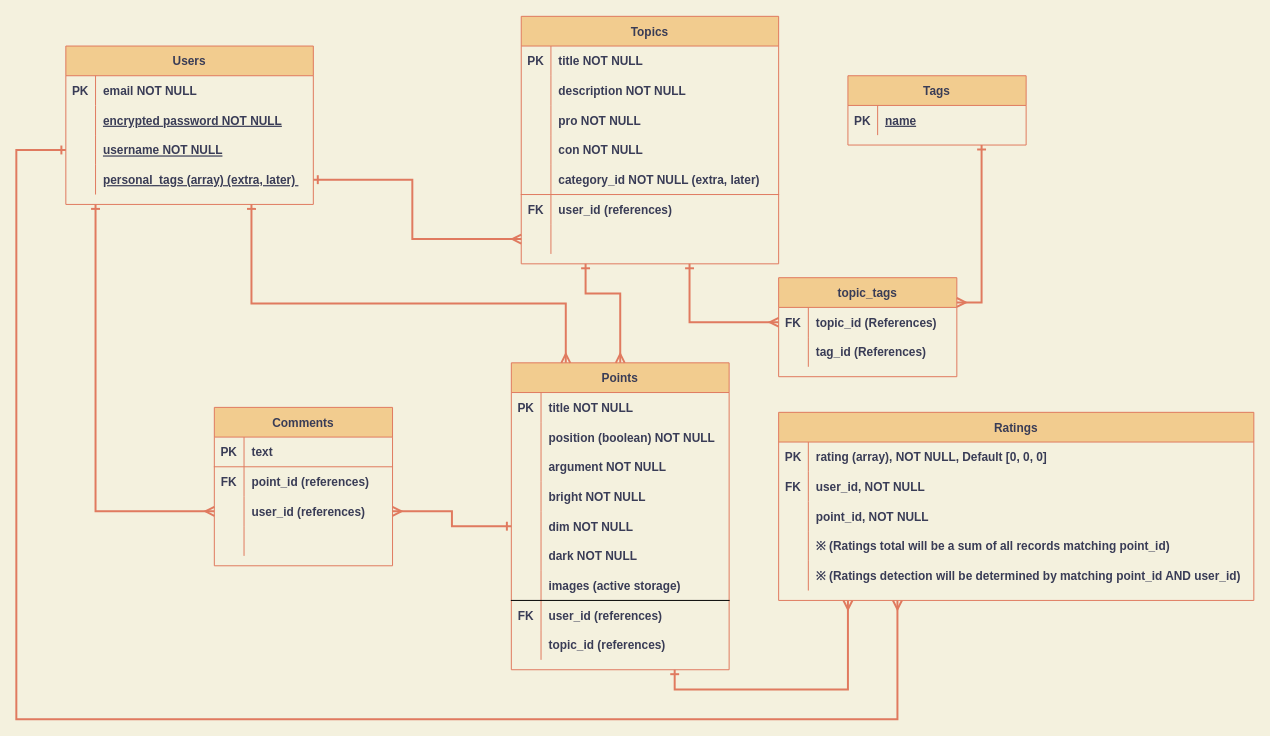
Before: ER.drawio in FM-HXR/nebulus, a draw.io diagram. Source tidied: cells renumbered, new cells numbered last; positions are measured from the earlier drawing's top-left corner, leaving out a move shared by most shapes. Both pictures are drawn from the tidied source at 99%, with x=0, y=0 at pixel (16, 16).
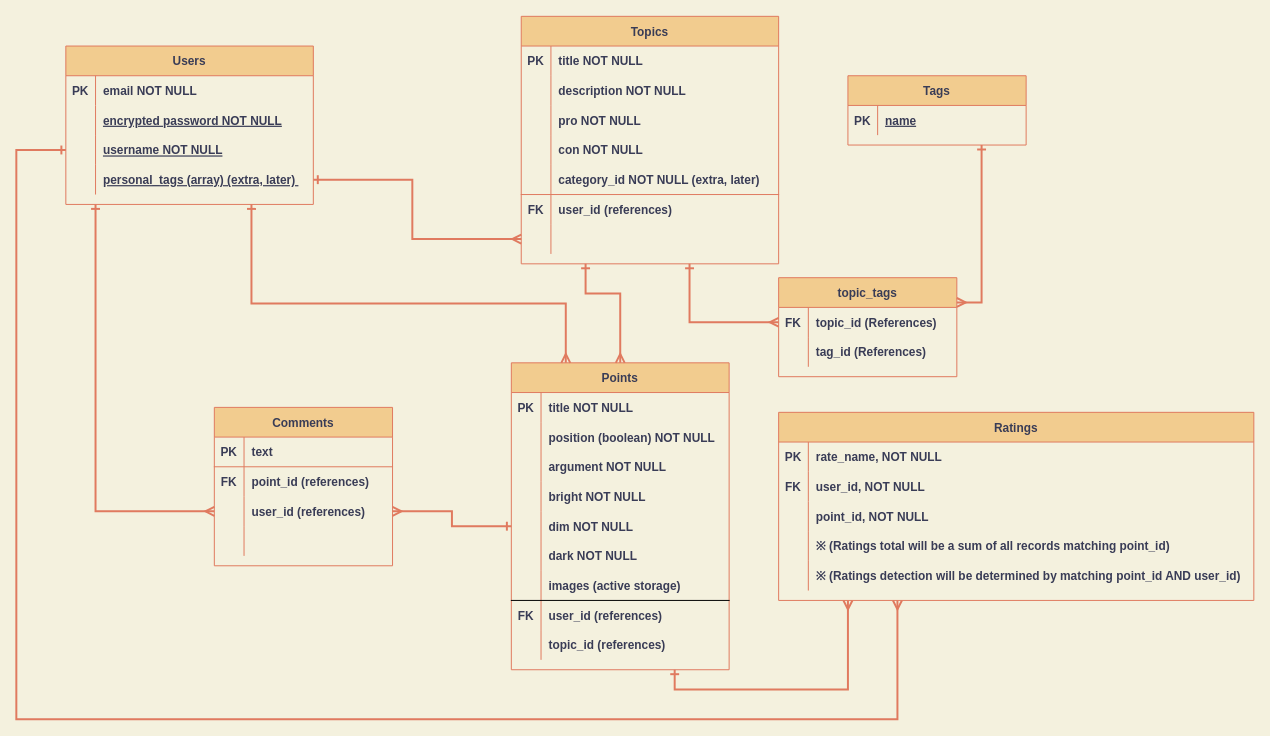
The same page after the edit.

Unchanged cells that the change refers to:
```xml
<mxCell id="97" style="shape=partialRectangle;fillColor=none;top=0;left=0;bottom=0;right=0;fontColor=#393C56;strokeColor=#000000;" parent="96" vertex="1">
  <mxGeometry y="30" width="480" height="30" as="geometry" />
</mxCell>
```

What changed in the source:
```diff
@@
-    <mxCell id="99" value="rating (array), NOT NULL, Default [0, 0, 0]" style="shape=partialRectangle;fillColor=none;top=0;left=0;bottom=0;right=0;align=left;spacingLeft=6;overflow=hidden;strokeColor=#E07A5F;fontColor=#393C56;fontStyle=1;" parent="97" vertex="1">
+    <mxCell id="99" value="rate_name, NOT NULL" style="shape=partialRectangle;fillColor=none;top=0;left=0;bottom=0;right=0;align=left;spacingLeft=6;overflow=hidden;strokeColor=#E07A5F;fontColor=#393C56;fontStyle=1;" parent="97" vertex="1">
       <mxGeometry x="30" width="450" height="30" as="geometry" />
     </mxCell>
```
